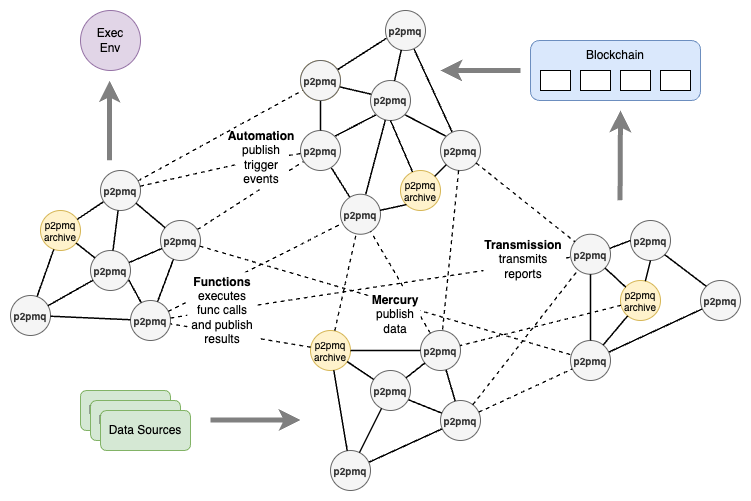
Above: resources/img/composer-p2pmq.png in amirylm/p2pmq (draw.io), before the change. Source tidied: cells renumbered, new cells last; positions are measured from the earlier drawing's top-left corner, leaving out a move shared by most shapes.
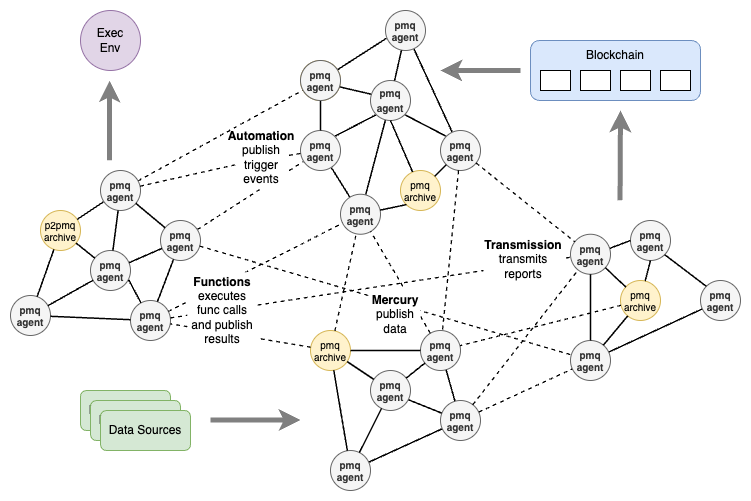
The same diagram one commit later.

Diff of the diagram source:
```diff
@@ -2,19 +2,19 @@
   <root>
     <mxCell id="0" />
     <mxCell id="1" parent="0" />
-    <mxCell id="2" value="p2pmq" style="ellipse;whiteSpace=wrap;html=1;fillColor=#f5f5f5;strokeColor=#666666;fontColor=#333333;fontSize=10;fontStyle=1;" parent="1" vertex="1">
+    <mxCell id="2" value="pmq&lt;br style=&quot;border-color: var(--border-color);&quot;&gt;agent" style="ellipse;whiteSpace=wrap;html=1;fillColor=#f5f5f5;strokeColor=#666666;fontColor=#333333;fontSize=10;fontStyle=1;" parent="1" vertex="1">
       <mxGeometry x="560" y="223.8" width="40" height="40" as="geometry" />
     </mxCell>
-    <mxCell id="3" value="p2pmq" style="ellipse;whiteSpace=wrap;html=1;fillColor=#f5f5f5;strokeColor=#666666;fontColor=#333333;fontSize=10;fontStyle=1;" parent="1" vertex="1">
+    <mxCell id="3" value="pmq&lt;br style=&quot;border-color: var(--border-color);&quot;&gt;agent" style="ellipse;whiteSpace=wrap;html=1;fillColor=#f5f5f5;strokeColor=#666666;fontColor=#333333;fontSize=10;fontStyle=1;" parent="1" vertex="1">
       <mxGeometry x="620" y="210" width="40" height="40" as="geometry" />
     </mxCell>
-    <mxCell id="4" value="p2pmq" style="ellipse;whiteSpace=wrap;html=1;fillColor=#f5f5f5;strokeColor=#666666;fontColor=#333333;fontSize=10;fontStyle=1;" parent="1" vertex="1">
+    <mxCell id="4" value="pmq&lt;br style=&quot;border-color: var(--border-color);&quot;&gt;agent" style="ellipse;whiteSpace=wrap;html=1;fillColor=#f5f5f5;strokeColor=#666666;fontColor=#333333;fontSize=10;fontStyle=1;" parent="1" vertex="1">
       <mxGeometry x="560" y="330" width="40" height="40" as="geometry" />
     </mxCell>
-    <mxCell id="5" value="p2pmq" style="ellipse;whiteSpace=wrap;html=1;fillColor=#f5f5f5;strokeColor=#666666;fontColor=#333333;fontSize=10;fontStyle=1;" parent="1" vertex="1">
+    <mxCell id="5" value="pmq&lt;br style=&quot;border-color: var(--border-color);&quot;&gt;agent" style="ellipse;whiteSpace=wrap;html=1;fillColor=#f5f5f5;strokeColor=#666666;fontColor=#333333;fontSize=10;fontStyle=1;" parent="1" vertex="1">
       <mxGeometry x="690" y="270" width="40" height="40" as="geometry" />
     </mxCell>
-    <mxCell id="6" value="p2pmq&lt;br&gt;archive" style="ellipse;whiteSpace=wrap;html=1;fillColor=#fff2cc;strokeColor=#d6b656;fontSize=10;fontStyle=0;" parent="1" vertex="1">
+    <mxCell id="6" value="pmq&lt;br&gt;archive" style="ellipse;whiteSpace=wrap;html=1;fillColor=#fff2cc;strokeColor=#d6b656;fontSize=10;fontStyle=0;" parent="1" vertex="1">
       <mxGeometry x="610" y="270" width="40" height="40" as="geometry" />
     </mxCell>
     <mxCell id="7" style="rounded=0;jettySize=auto;html=1;endArrow=none;endFill=0;fillColor=#f5f5f5;strokeColor=#000000;strokeWidth=1.5;" parent="1" edge="1" source="2" target="6">
@@ -91,19 +91,19 @@
     <mxCell id="30" style="rounded=0;jettySize=auto;html=1;endArrow=none;endFill=0;fillColor=#f5f5f5;strokeColor=#000000;strokeWidth=1.5;" parent="1" edge="1" source="34" target="32">
       <mxGeometry relative="1" as="geometry" />
     </mxCell>
-    <mxCell id="31" value="&lt;font style=&quot;font-size: 10px;&quot;&gt;p2pmq&lt;/font&gt;" style="ellipse;whiteSpace=wrap;html=1;fillColor=#f5f5f5;strokeColor=#666666;fontColor=#333333;fontStyle=1;" parent="1" vertex="1">
+    <mxCell id="31" value="&lt;font style=&quot;font-size: 10px;&quot;&gt;pmq&lt;br style=&quot;border-color: var(--border-color);&quot;&gt;agent&lt;/font&gt;" style="ellipse;whiteSpace=wrap;html=1;fillColor=#f5f5f5;strokeColor=#666666;fontColor=#333333;fontStyle=1;" parent="1" vertex="1">
       <mxGeometry x="360" y="70" width="40" height="40" as="geometry" />
     </mxCell>
-    <mxCell id="32" value="p2pmq" style="ellipse;whiteSpace=wrap;html=1;fillColor=#f5f5f5;strokeColor=#666666;fontColor=#333333;fontSize=10;fontStyle=1;" parent="1" vertex="1">
+    <mxCell id="32" value="pmq&lt;br style=&quot;border-color: var(--border-color);&quot;&gt;agent" style="ellipse;whiteSpace=wrap;html=1;fillColor=#f5f5f5;strokeColor=#666666;fontColor=#333333;fontSize=10;fontStyle=1;" parent="1" vertex="1">
       <mxGeometry x="290" y="120" width="40" height="40" as="geometry" />
     </mxCell>
-    <mxCell id="33" value="p2pmq" style="ellipse;whiteSpace=wrap;html=1;fillColor=#f5f5f5;strokeColor=#666666;fontColor=#333333;fontSize=10;fontStyle=1;" parent="1" vertex="1">
+    <mxCell id="33" value="pmq&lt;br style=&quot;border-color: var(--border-color);&quot;&gt;agent" style="ellipse;whiteSpace=wrap;html=1;fillColor=#f5f5f5;strokeColor=#666666;fontColor=#333333;fontSize=10;fontStyle=1;" parent="1" vertex="1">
       <mxGeometry x="430" y="120" width="40" height="40" as="geometry" />
     </mxCell>
-    <mxCell id="34" value="p2pmq" style="ellipse;whiteSpace=wrap;html=1;fillColor=#f5f5f5;strokeColor=#666666;fontColor=#333333;fontSize=10;fontStyle=1;" parent="1" vertex="1">
+    <mxCell id="34" value="pmq&lt;br style=&quot;border-color: var(--border-color);&quot;&gt;agent" style="ellipse;whiteSpace=wrap;html=1;fillColor=#f5f5f5;strokeColor=#666666;fontColor=#333333;fontSize=10;fontStyle=1;" parent="1" vertex="1">
       <mxGeometry x="330" y="183.8" width="40" height="40" as="geometry" />
     </mxCell>
-    <mxCell id="35" value="p2pmq&lt;br&gt;archive" style="ellipse;whiteSpace=wrap;html=1;fillColor=#fff2cc;strokeColor=#d6b656;fontSize=10;fontStyle=0;" parent="1" vertex="1">
+    <mxCell id="35" value="pmq&lt;br&gt;archive" style="ellipse;whiteSpace=wrap;html=1;fillColor=#fff2cc;strokeColor=#d6b656;fontSize=10;fontStyle=0;" parent="1" vertex="1">
       <mxGeometry x="390" y="160" width="40" height="40" as="geometry" />
     </mxCell>
     <mxCell id="36" style="rounded=0;jettySize=auto;html=1;entryX=0;entryY=1;entryDx=0;entryDy=0;endArrow=none;endFill=0;fillColor=#f5f5f5;strokeColor=#000000;strokeWidth=1.5;" parent="1" edge="1" source="34" target="35">
@@ -124,7 +124,7 @@
     <mxCell id="41" style="rounded=0;jettySize=auto;html=1;entryX=0.017;entryY=0.343;entryDx=0;entryDy=0;endArrow=none;endFill=0;fillColor=#f5f5f5;strokeColor=#000000;exitX=0.956;exitY=0.654;exitDx=0;exitDy=0;exitPerimeter=0;entryPerimeter=0;strokeWidth=1.5;" parent="1" edge="1" source="39" target="31">
       <mxGeometry relative="1" as="geometry" />
     </mxCell>
-    <mxCell id="42" value="p2pmq" style="ellipse;whiteSpace=wrap;html=1;fillColor=#f5f5f5;strokeColor=#666666;fontColor=#333333;fontSize=10;fontStyle=1;" parent="1" vertex="1">
+    <mxCell id="42" value="pmq&lt;br&gt;agent" style="ellipse;whiteSpace=wrap;html=1;fillColor=#f5f5f5;strokeColor=#666666;fontColor=#333333;fontSize=10;fontStyle=1;" parent="1" vertex="1">
       <mxGeometry x="375" width="40" height="40" as="geometry" />
     </mxCell>
     <mxCell id="43" style="rounded=0;jettySize=auto;html=1;endArrow=none;endFill=0;fillColor=#f5f5f5;strokeColor=#000000;strokeWidth=1.5;" parent="1" edge="1" source="42" target="31">
@@ -145,19 +145,19 @@
         <mxPoint x="610" y="100" as="targetPoint" />
       </mxGeometry>
     </mxCell>
-    <mxCell id="47" value="p2pmq" style="ellipse;whiteSpace=wrap;html=1;fillColor=#f5f5f5;strokeColor=#666666;fontColor=#333333;fontSize=10;fontStyle=1;" parent="1" vertex="1">
+    <mxCell id="47" value="pmq&lt;br style=&quot;border-color: var(--border-color);&quot;&gt;agent" style="ellipse;whiteSpace=wrap;html=1;fillColor=#f5f5f5;strokeColor=#666666;fontColor=#333333;fontSize=10;fontStyle=1;" parent="1" vertex="1">
       <mxGeometry x="410" y="320" width="40" height="40" as="geometry" />
     </mxCell>
-    <mxCell id="48" value="p2pmq" style="ellipse;whiteSpace=wrap;html=1;fillColor=#f5f5f5;strokeColor=#666666;fontColor=#333333;fontSize=10;fontStyle=1;" parent="1" vertex="1">
+    <mxCell id="48" value="pmq&lt;br style=&quot;border-color: var(--border-color);&quot;&gt;agent" style="ellipse;whiteSpace=wrap;html=1;fillColor=#f5f5f5;strokeColor=#666666;fontColor=#333333;fontSize=10;fontStyle=1;" parent="1" vertex="1">
       <mxGeometry x="360" y="360" width="40" height="40" as="geometry" />
     </mxCell>
-    <mxCell id="49" value="p2pmq" style="ellipse;whiteSpace=wrap;html=1;fillColor=#f5f5f5;strokeColor=#666666;fontColor=#333333;fontSize=10;fontStyle=1;" parent="1" vertex="1">
+    <mxCell id="49" value="pmq&lt;br&gt;agent" style="ellipse;whiteSpace=wrap;html=1;fillColor=#f5f5f5;strokeColor=#666666;fontColor=#333333;fontSize=10;fontStyle=1;" parent="1" vertex="1">
       <mxGeometry x="320" y="440" width="40" height="40" as="geometry" />
     </mxCell>
-    <mxCell id="50" value="p2pmq" style="ellipse;whiteSpace=wrap;html=1;fillColor=#f5f5f5;strokeColor=#666666;fontColor=#333333;fontSize=10;fontStyle=1;" parent="1" vertex="1">
+    <mxCell id="50" value="pmq&lt;br style=&quot;border-color: var(--border-color);&quot;&gt;agent" style="ellipse;whiteSpace=wrap;html=1;fillColor=#f5f5f5;strokeColor=#666666;fontColor=#333333;fontSize=10;fontStyle=1;" parent="1" vertex="1">
       <mxGeometry x="430" y="390" width="40" height="40" as="geometry" />
     </mxCell>
-    <mxCell id="51" value="p2pmq&lt;br&gt;archive" style="ellipse;whiteSpace=wrap;html=1;fillColor=#fff2cc;strokeColor=#d6b656;fontSize=10;fontStyle=0;" parent="1" vertex="1">
+    <mxCell id="51" value="pmq&lt;br&gt;archive" style="ellipse;whiteSpace=wrap;html=1;fillColor=#fff2cc;strokeColor=#d6b656;fontSize=10;fontStyle=0;" parent="1" vertex="1">
       <mxGeometry x="300" y="320" width="40" height="40" as="geometry" />
     </mxCell>
     <mxCell id="52" style="rounded=0;jettySize=auto;html=1;endArrow=none;endFill=0;fillColor=#f5f5f5;strokeColor=#000000;strokeWidth=1.5;" parent="1" edge="1" source="47" target="51">
@@ -184,16 +184,16 @@
     <mxCell id="59" style="rounded=0;jettySize=auto;html=1;endArrow=none;endFill=0;fillColor=#f5f5f5;strokeColor=#000000;strokeWidth=1.5;" parent="1" edge="1" source="48" target="47">
       <mxGeometry relative="1" as="geometry" />
     </mxCell>
-    <mxCell id="60" value="p2pmq" style="ellipse;whiteSpace=wrap;html=1;fillColor=#f5f5f5;strokeColor=#666666;fontColor=#333333;fontSize=10;fontStyle=1;" parent="1" vertex="1">
+    <mxCell id="60" value="pmq&lt;br style=&quot;border-color: var(--border-color);&quot;&gt;agent" style="ellipse;whiteSpace=wrap;html=1;fillColor=#f5f5f5;strokeColor=#666666;fontColor=#333333;fontSize=10;fontStyle=1;" parent="1" vertex="1">
       <mxGeometry x="150" y="210" width="40" height="40" as="geometry" />
     </mxCell>
-    <mxCell id="61" value="p2pmq" style="ellipse;whiteSpace=wrap;html=1;fillColor=#f5f5f5;strokeColor=#666666;fontColor=#333333;fontSize=10;fontStyle=1;" parent="1" vertex="1">
+    <mxCell id="61" value="pmq&lt;br style=&quot;border-color: var(--border-color);&quot;&gt;agent" style="ellipse;whiteSpace=wrap;html=1;fillColor=#f5f5f5;strokeColor=#666666;fontColor=#333333;fontSize=10;fontStyle=1;" parent="1" vertex="1">
       <mxGeometry x="80" y="240" width="40" height="40" as="geometry" />
     </mxCell>
-    <mxCell id="62" value="p2pmq" style="ellipse;whiteSpace=wrap;html=1;fillColor=#f5f5f5;strokeColor=#666666;fontColor=#333333;fontSize=10;fontStyle=1;" parent="1" vertex="1">
+    <mxCell id="62" value="pmq&lt;br style=&quot;border-color: var(--border-color);&quot;&gt;agent" style="ellipse;whiteSpace=wrap;html=1;fillColor=#f5f5f5;strokeColor=#666666;fontColor=#333333;fontSize=10;fontStyle=1;" parent="1" vertex="1">
       <mxGeometry y="285" width="40" height="40" as="geometry" />
     </mxCell>
-    <mxCell id="63" value="p2pmq" style="ellipse;whiteSpace=wrap;html=1;fillColor=#f5f5f5;strokeColor=#666666;fontColor=#333333;fontSize=10;fontStyle=1;" parent="1" vertex="1">
+    <mxCell id="63" value="pmq&lt;br style=&quot;border-color: var(--border-color);&quot;&gt;agent" style="ellipse;whiteSpace=wrap;html=1;fillColor=#f5f5f5;strokeColor=#666666;fontColor=#333333;fontSize=10;fontStyle=1;" parent="1" vertex="1">
       <mxGeometry x="120" y="290" width="40" height="40" as="geometry" />
     </mxCell>
     <mxCell id="64" value="p2pmq&lt;br&gt;archive" style="ellipse;whiteSpace=wrap;html=1;fillColor=#fff2cc;strokeColor=#d6b656;fontSize=10;fontStyle=0;" parent="1" vertex="1">
@@ -223,7 +223,7 @@
     <mxCell id="72" style="rounded=0;jettySize=auto;html=1;endArrow=none;endFill=0;fillColor=#f5f5f5;strokeColor=#000000;strokeWidth=1.5;" parent="1" edge="1" source="61" target="60">
       <mxGeometry relative="1" as="geometry" />
     </mxCell>
-    <mxCell id="73" value="p2pmq" style="ellipse;whiteSpace=wrap;html=1;fillColor=#f5f5f5;strokeColor=#666666;fontColor=#333333;fontSize=10;fontStyle=1;" parent="1" vertex="1">
+    <mxCell id="73" value="pmq&lt;br style=&quot;border-color: var(--border-color);&quot;&gt;agent" style="ellipse;whiteSpace=wrap;html=1;fillColor=#f5f5f5;strokeColor=#666666;fontColor=#333333;fontSize=10;fontStyle=1;" parent="1" vertex="1">
       <mxGeometry x="90" y="160" width="40" height="40" as="geometry" />
     </mxCell>
     <mxCell id="74" style="rounded=0;jettySize=auto;html=1;endArrow=none;endFill=0;fillColor=#f5f5f5;strokeColor=#000000;strokeWidth=1.5;" parent="1" edge="1" source="73" target="61">
@@ -302,7 +302,7 @@
     <mxCell id="95" value="&lt;b&gt;Functions&lt;/b&gt;&lt;br&gt;executes func calls and publish results" style="text;html=1;strokeColor=none;fillColor=default;align=center;verticalAlign=middle;whiteSpace=wrap;rounded=0;" parent="1" vertex="1">
       <mxGeometry x="177" y="261.8" width="70" height="76.2" as="geometry" />
     </mxCell>
-    <mxCell id="96" value="p2pmq" style="ellipse;whiteSpace=wrap;html=1;fillColor=#f5f5f5;strokeColor=#666666;fontColor=#333333;fontSize=10;fontStyle=1;" parent="1" vertex="1">
+    <mxCell id="96" value="pmq&lt;br style=&quot;border-color: var(--border-color);&quot;&gt;agent" style="ellipse;whiteSpace=wrap;html=1;fillColor=#f5f5f5;strokeColor=#666666;fontColor=#333333;fontSize=10;fontStyle=1;" parent="1" vertex="1">
       <mxGeometry x="290" y="50" width="40" height="40" as="geometry" />
     </mxCell>
   </root>
```
